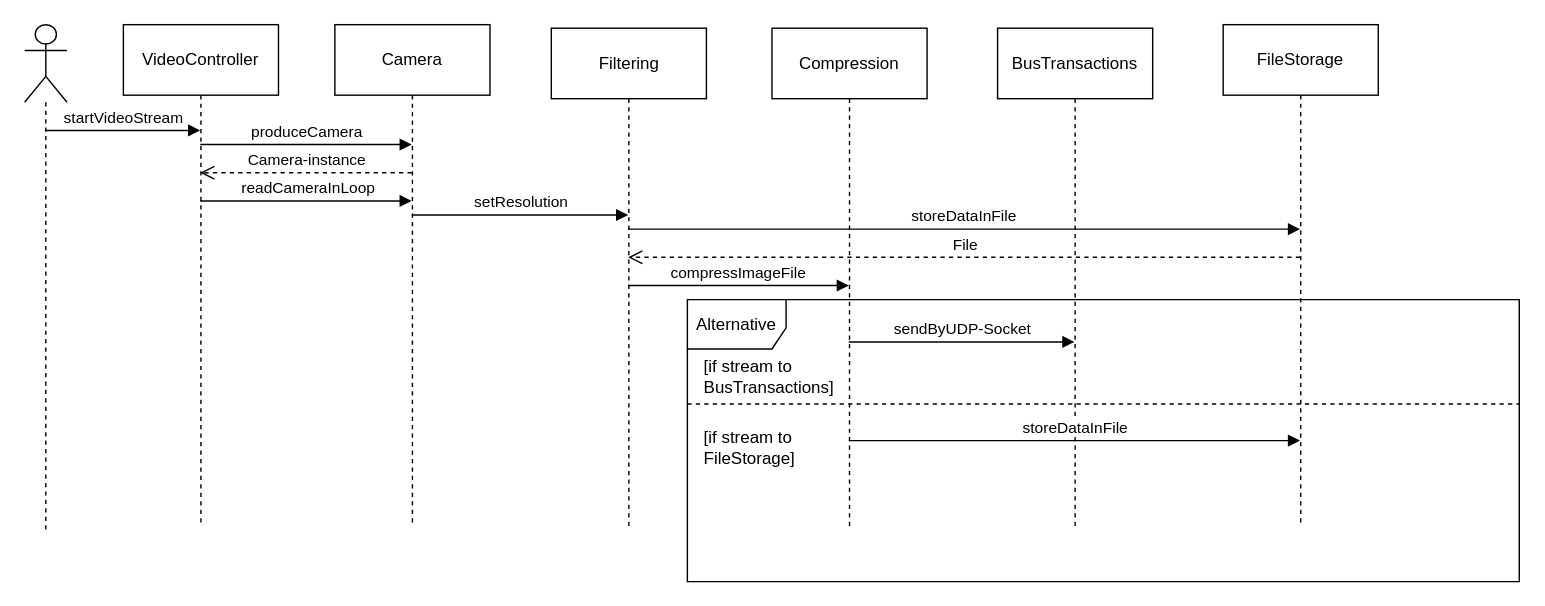
Uhgtred/HomeExplorer keeps this draw.io diagram as page "Sequence-Diagram" (2 of 2) of Robot/Video/Architecture/Video_Architecture.drawio. Above is the earlier version. Source tidied: cells renumbered, new cells numbered last; positions are measured from the earlier drawing's top-left corner, leaving out a move shared by most shapes. Both pictures are drawn from the tidied source at 141%, with x=0, y=0 at pixel (24, 24).
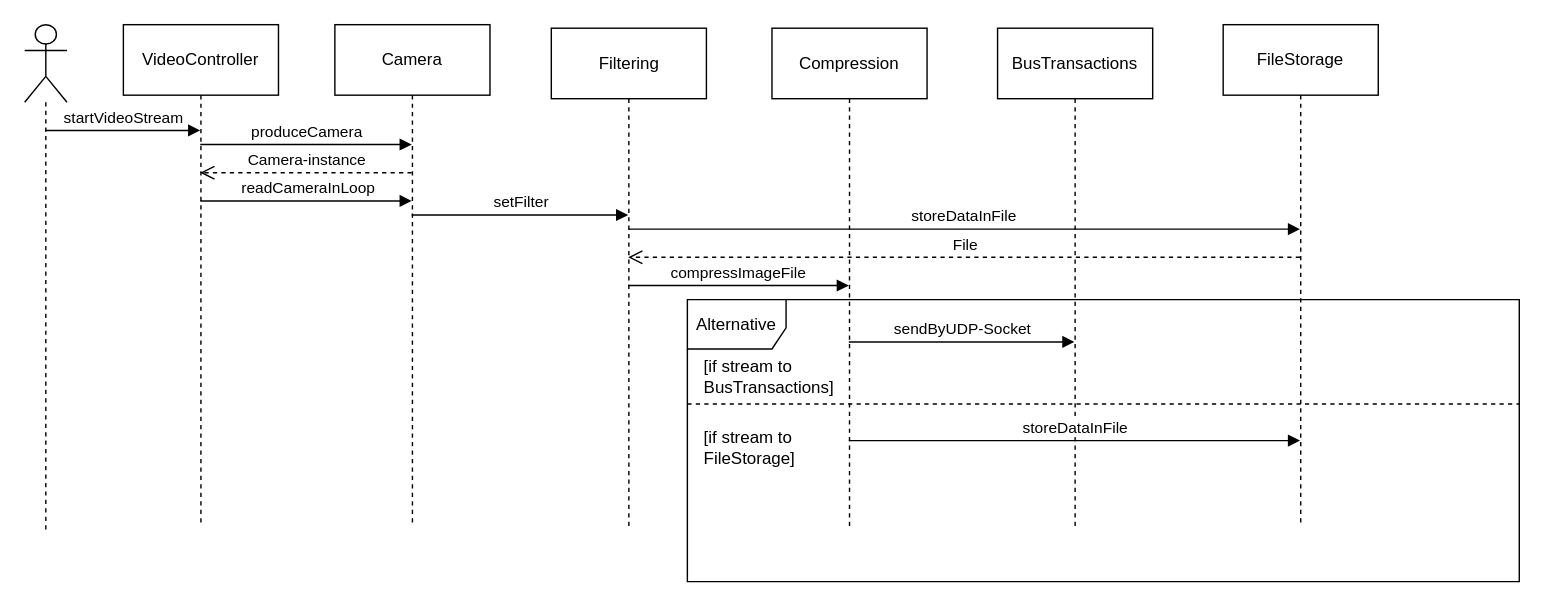
The same page after the edit.

Unchanged cells that the change refers to:
```xml
<mxCell id="4" value="Camera" style="shape=umlLifeline;perimeter=lifelinePerimeter;whiteSpace=wrap;html=1;outlineConnect=0;size=50;" parent="1" vertex="1">
  <mxGeometry x="220" width="110" height="355" as="geometry" />
</mxCell>
<mxCell id="5" value="Filtering" style="shape=umlLifeline;perimeter=lifelinePerimeter;whiteSpace=wrap;html=1;outlineConnect=0;size=50;" parent="1" vertex="1">
  <mxGeometry x="373.5" y="2.5" width="110" height="355" as="geometry" />
</mxCell>
```

Change to the diagram source:
```diff
@@
-    <mxCell id="13" value="setResolution" style="html=1;verticalAlign=bottom;endArrow=block;rounded=0;" parent="1" edge="1" source="4" target="5">
+    <mxCell id="13" value="setFilter" style="html=1;verticalAlign=bottom;endArrow=block;rounded=0;" parent="1" edge="1" source="4" target="5">
       <mxGeometry relative="1" as="geometry">
         <Array as="points">
           <mxPoint x="300" y="135" />
           <mxPoint x="360" y="135" />
         </Array>
       </mxGeometry>
     </mxCell>
```
